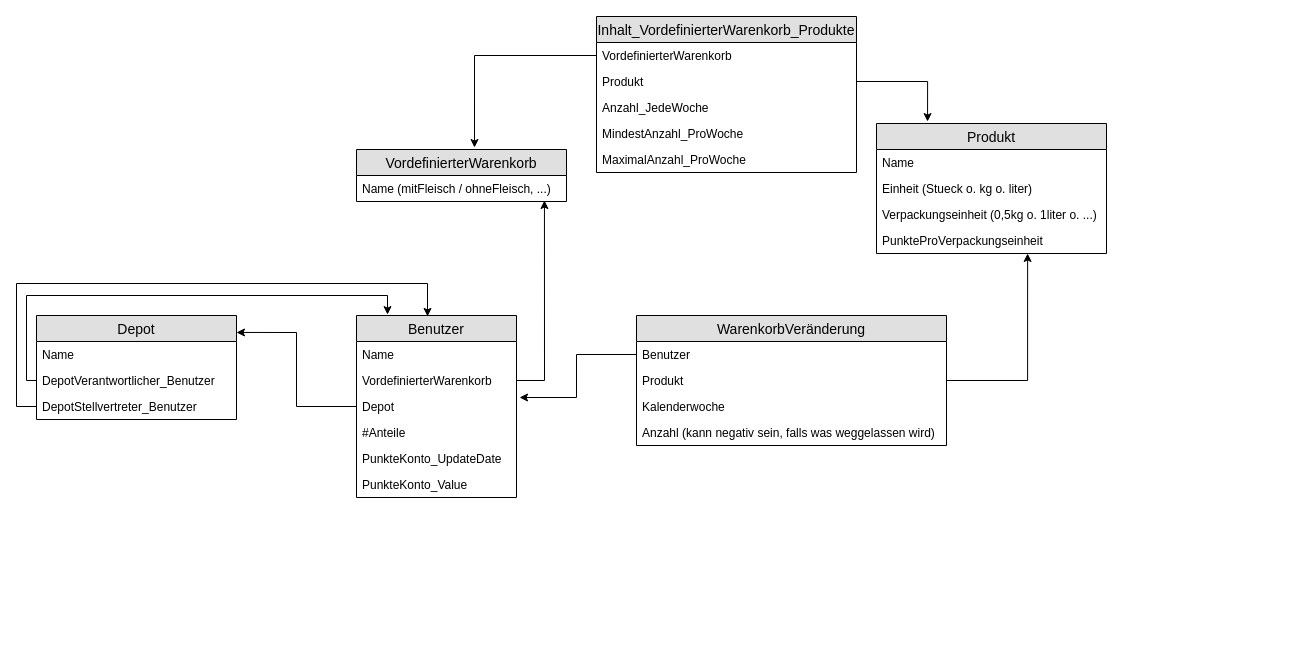
This is solawi_bestellsystem_database_neu.drawio from regenduft/bestellsystem, a draw.io file, before an edit. Source tidied: cells renumbered, new cells numbered last; positions are measured from the earlier drawing's top-left corner, leaving out a move shared by most shapes. Both pictures are drawn from the tidied source at 100%, with x=0, y=0 at pixel (16, 16).
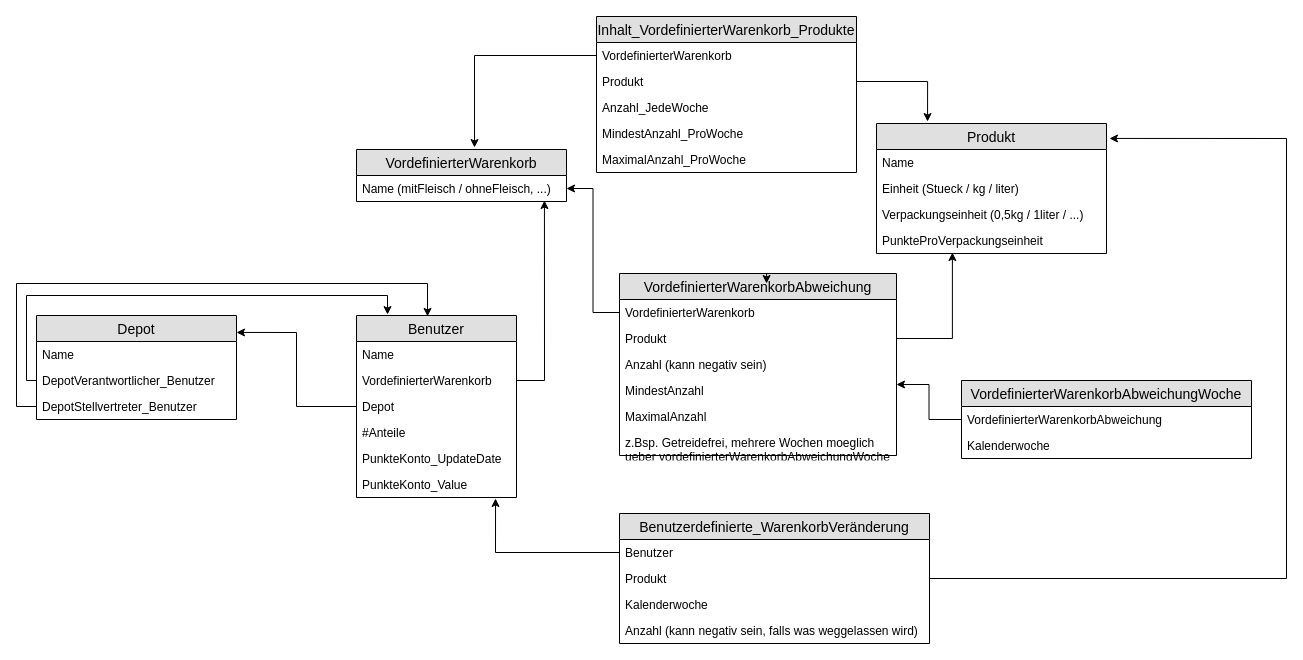
The same diagram, later.

The change refers to these unchanged cells:
```xml
<mxCell id="2" value="Produkt" style="swimlane;fontStyle=0;horizontal=1;startSize=26;fillColor=#e0e0e0;swimlaneFillColor=#ffffff;align=center;fontSize=14;" parent="1" vertex="1">
  <mxGeometry x="860" y="107" width="230" height="130" as="geometry" />
</mxCell>
<mxCell id="6" value="PunkteProVerpackungseinheit" style="text;strokeColor=none;fillColor=none;spacingLeft=4;spacingRight=4;overflow=hidden;points=[[0,0.5],[1,0.5]];portConstraint=eastwest;fontSize=12;" parent="2" vertex="1">
  <mxGeometry y="104" width="230" height="26" as="geometry" />
</mxCell>
<mxCell id="8" value="Name (mitFleisch / ohneFleisch, ...)" style="text;strokeColor=none;fillColor=none;spacingLeft=4;spacingRight=4;overflow=hidden;points=[[0,0.5],[1,0.5]];portConstraint=eastwest;fontSize=12;" parent="7" vertex="1">
  <mxGeometry y="26" width="210" height="26" as="geometry" />
</mxCell>
<mxCell id="18" value="Depot" style="text;strokeColor=none;fillColor=none;spacingLeft=4;spacingRight=4;overflow=hidden;points=[[0,0.5],[1,0.5]];portConstraint=eastwest;fontSize=12;" parent="15" vertex="1">
  <mxGeometry y="78" width="160" height="26" as="geometry" />
</mxCell>
<mxCell id="21" value="PunkteKonto_Value" style="text;strokeColor=none;fillColor=none;spacingLeft=4;spacingRight=4;overflow=hidden;points=[[0,0.5],[1,0.5]];portConstraint=eastwest;fontSize=12;" parent="15" vertex="1">
  <mxGeometry y="156" width="160" height="26" as="geometry" />
</mxCell>
<mxCell id="31" value="Benutzer" style="text;strokeColor=none;fillColor=none;spacingLeft=4;spacingRight=4;overflow=hidden;points=[[0,0.5],[1,0.5]];portConstraint=eastwest;fontSize=12;" parent="30" vertex="1">
  <mxGeometry y="26" width="310" height="26" as="geometry" />
</mxCell>
<mxCell id="32" value="Produkt" style="text;strokeColor=none;fillColor=none;spacingLeft=4;spacingRight=4;overflow=hidden;points=[[0,0.5],[1,0.5]];portConstraint=eastwest;fontSize=12;" parent="30" vertex="1">
  <mxGeometry y="52" width="310" height="26" as="geometry" />
</mxCell>
```

Change to the diagram source:
```diff
@@
-    <mxCell id="4" value="Einheit (Stueck o. kg o. liter)" style="text;strokeColor=none;fillColor=none;spacingLeft=4;spacingRight=4;overflow=hidden;fontSize=12;" parent="2" vertex="1">
+    <mxCell id="4" value="Einheit (Stueck / kg / liter)" style="text;strokeColor=none;fillColor=none;spacingLeft=4;spacingRight=4;overflow=hidden;fontSize=12;" parent="2" vertex="1">
       <mxGeometry y="52" width="230" height="26" as="geometry" />
     </mxCell>
-    <mxCell id="5" value="Verpackungseinheit (0,5kg o. 1liter o. ...)" style="text;strokeColor=none;fillColor=none;spacingLeft=4;spacingRight=4;overflow=hidden;fontSize=12;" parent="2" vertex="1">
+    <mxCell id="5" value="Verpackungseinheit (0,5kg / 1liter / ...)" style="text;strokeColor=none;fillColor=none;spacingLeft=4;spacingRight=4;overflow=hidden;fontSize=12;" parent="2" vertex="1">
       <mxGeometry y="78" width="230" height="26" as="geometry" />
     </mxCell>
@@
-    <mxCell id="30" value="WarenkorbVeränderung" style="swimlane;fontStyle=0;horizontal=1;startSize=26;fillColor=#e0e0e0;swimlaneFillColor=#ffffff;align=center;fontSize=14;" parent="1" vertex="1">
-      <mxGeometry x="620" y="299" width="310" height="130" as="geometry" />
+    <mxCell id="30" value="Benutzerdefinierte_WarenkorbVeränderung" style="swimlane;fontStyle=0;horizontal=1;startSize=26;fillColor=#e0e0e0;swimlaneFillColor=#ffffff;align=center;fontSize=14;" parent="1" vertex="1">
+      <mxGeometry x="603" y="497" width="310" height="130" as="geometry" />
     </mxCell>
@@
-    <mxCell id="37" style="edgeStyle=orthogonalEdgeStyle;rounded=0;jettySize=auto;html=1;entryX=0.657;entryY=1;entryDx=0;entryDy=0;entryPerimeter=0;" parent="1" edge="1" source="32" target="6">
-      <mxGeometry relative="1" as="geometry" />
+    <mxCell id="37" style="edgeStyle=orthogonalEdgeStyle;rounded=0;jettySize=auto;html=1;entryX=1.013;entryY=0.115;entryDx=0;entryDy=0;entryPerimeter=0;" parent="1" edge="1" source="32" target="2">
+      <mxGeometry relative="1" as="geometry">
+        <Array as="points">
+          <mxPoint x="1270" y="562" />
+          <mxPoint x="1270" y="122" />
+        </Array>
+      </mxGeometry>
     </mxCell>
-    <mxCell id="38" style="edgeStyle=orthogonalEdgeStyle;rounded=0;jettySize=auto;html=1;entryX=1.019;entryY=0.154;entryDx=0;entryDy=0;entryPerimeter=0;" parent="1" edge="1" source="31" target="18">
+    <mxCell id="38" style="edgeStyle=orthogonalEdgeStyle;rounded=0;jettySize=auto;html=1;entryX=0.869;entryY=1.038;entryDx=0;entryDy=0;entryPerimeter=0;" parent="1" edge="1" source="31" target="21">
       <mxGeometry relative="1" as="geometry" />
     </mxCell>
+    <mxCell id="39" value="VordefinierterWarenkorbAbweichung" style="swimlane;fontStyle=0;horizontal=1;startSize=26;fillColor=#e0e0e0;swimlaneFillColor=#ffffff;align=center;fontSize=14;" parent="1" vertex="1">
+      <mxGeometry x="603" y="257" width="277" height="182" as="geometry" />
+    </mxCell>
+    <mxCell id="40" value="VordefinierterWarenkorb" style="text;strokeColor=none;fillColor=none;spacingLeft=4;spacingRight=4;overflow=hidden;points=[[0,0.5],[1,0.5]];portConstraint=eastwest;fontSize=12;" parent="39" vertex="1">
+      <mxGeometry y="26" width="277" height="26" as="geometry" />
+    </mxCell>
+    <mxCell id="41" value="Produkt" style="text;strokeColor=none;fillColor=none;spacingLeft=4;spacingRight=4;overflow=hidden;points=[[0,0.5],[1,0.5]];portConstraint=eastwest;fontSize=12;" parent="39" vertex="1">
+      <mxGeometry y="52" width="277" height="26" as="geometry" />
+    </mxCell>
+    <mxCell id="42" value="Anzahl (kann negativ sein)" style="text;strokeColor=none;fillColor=none;spacingLeft=4;spacingRight=4;overflow=hidden;fontSize=12;" parent="39" vertex="1">
+      <mxGeometry y="78" width="277" height="26" as="geometry" />
+    </mxCell>
+    <mxCell id="43" value="MindestAnzahl" style="text;strokeColor=none;fillColor=none;spacingLeft=4;spacingRight=4;overflow=hidden;points=[[0,0.5],[1,0.5]];portConstraint=eastwest;fontSize=12;" parent="39" vertex="1">
+      <mxGeometry y="104" width="277" height="26" as="geometry" />
+    </mxCell>
+    <mxCell id="44" value="MaximalAnzahl" style="text;strokeColor=none;fillColor=none;spacingLeft=4;spacingRight=4;overflow=hidden;fontSize=12;" parent="39" vertex="1">
+      <mxGeometry y="130" width="277" height="26" as="geometry" />
+    </mxCell>
+    <mxCell id="45" value="z.Bsp. Getreidefrei, mehrere Wochen moeglich &#10;ueber vordefinierterWarenkorbAbweichungWoche" style="text;strokeColor=none;fillColor=none;spacingLeft=4;spacingRight=4;overflow=hidden;fontSize=12;" parent="39" vertex="1">
+      <mxGeometry y="156" width="277" height="26" as="geometry" />
+    </mxCell>
+    <mxCell id="46" style="edgeStyle=orthogonalEdgeStyle;rounded=0;jettySize=auto;html=1;entryX=1;entryY=0.5;entryDx=0;entryDy=0;" parent="1" edge="1" source="40" target="8">
+      <mxGeometry relative="1" as="geometry" />
+    </mxCell>
+    <mxCell id="47" style="edgeStyle=orthogonalEdgeStyle;rounded=0;jettySize=auto;html=1;entryX=0.33;entryY=0.962;entryDx=0;entryDy=0;entryPerimeter=0;" parent="1" edge="1" source="41" target="6">
+      <mxGeometry relative="1" as="geometry" />
+    </mxCell>
+    <mxCell id="48" value="VordefinierterWarenkorbAbweichungWoche" style="swimlane;fontStyle=0;horizontal=1;startSize=26;fillColor=#e0e0e0;swimlaneFillColor=#ffffff;align=center;fontSize=14;" parent="1" vertex="1">
+      <mxGeometry x="945" y="364" width="290" height="78" as="geometry" />
+    </mxCell>
+    <mxCell id="49" value="VordefinierterWarenkorbAbweichung" style="text;strokeColor=none;fillColor=none;spacingLeft=4;spacingRight=4;overflow=hidden;points=[[0,0.5],[1,0.5]];portConstraint=eastwest;fontSize=12;" parent="48" vertex="1">
+      <mxGeometry y="26" width="290" height="26" as="geometry" />
+    </mxCell>
+    <mxCell id="50" value="Kalenderwoche" style="text;strokeColor=none;fillColor=none;spacingLeft=4;spacingRight=4;overflow=hidden;fontSize=12;" parent="48" vertex="1">
+      <mxGeometry y="52" width="290" height="26" as="geometry" />
+    </mxCell>
+    <mxCell id="51" style="edgeStyle=orthogonalEdgeStyle;rounded=0;jettySize=auto;html=1;entryX=1;entryY=0.269;entryDx=0;entryDy=0;entryPerimeter=0;" parent="1" edge="1" source="49" target="43">
+      <mxGeometry relative="1" as="geometry" />
+    </mxCell>
+    <mxCell id="52" style="edgeStyle=orthogonalEdgeStyle;rounded=0;orthogonalLoop=1;jettySize=auto;html=1;exitX=0.5;exitY=0;exitDx=0;exitDy=0;entryX=0.531;entryY=0.055;entryDx=0;entryDy=0;entryPerimeter=0;" parent="1" edge="1" source="39" target="39">
+      <mxGeometry relative="1" as="geometry" />
+    </mxCell>
```
